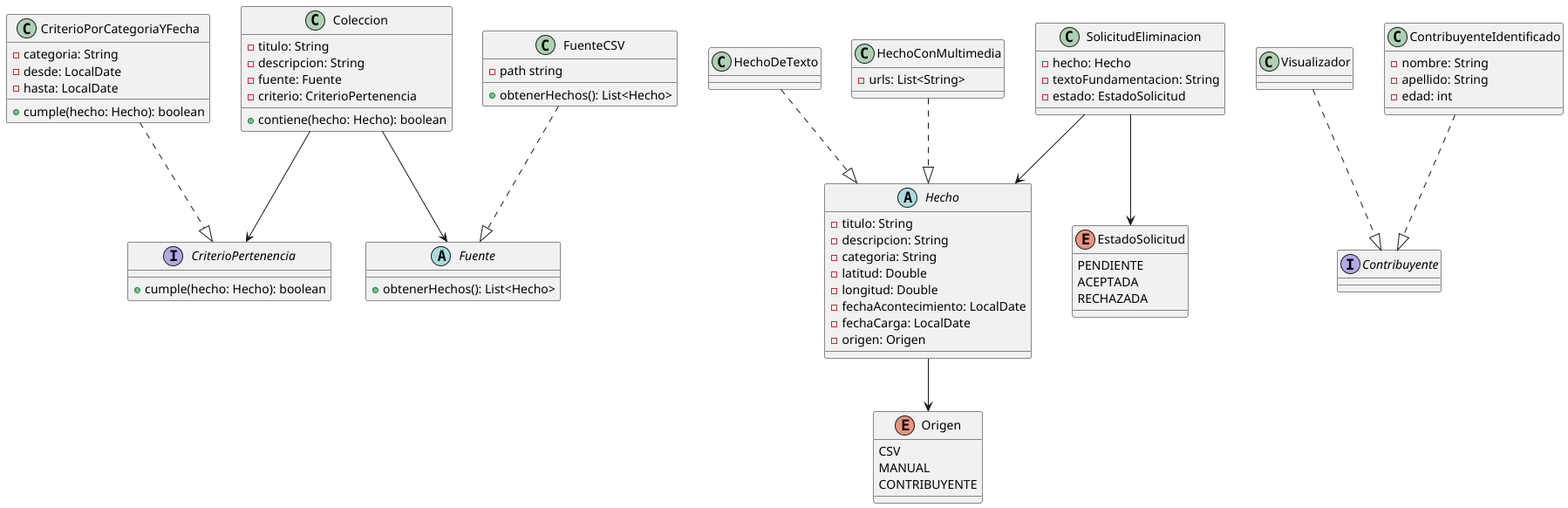
The PlantUML diagram Diagramas/classDiagram.png in ValentinVilla/tpa-diseno-sistemas-2025, before a commit.
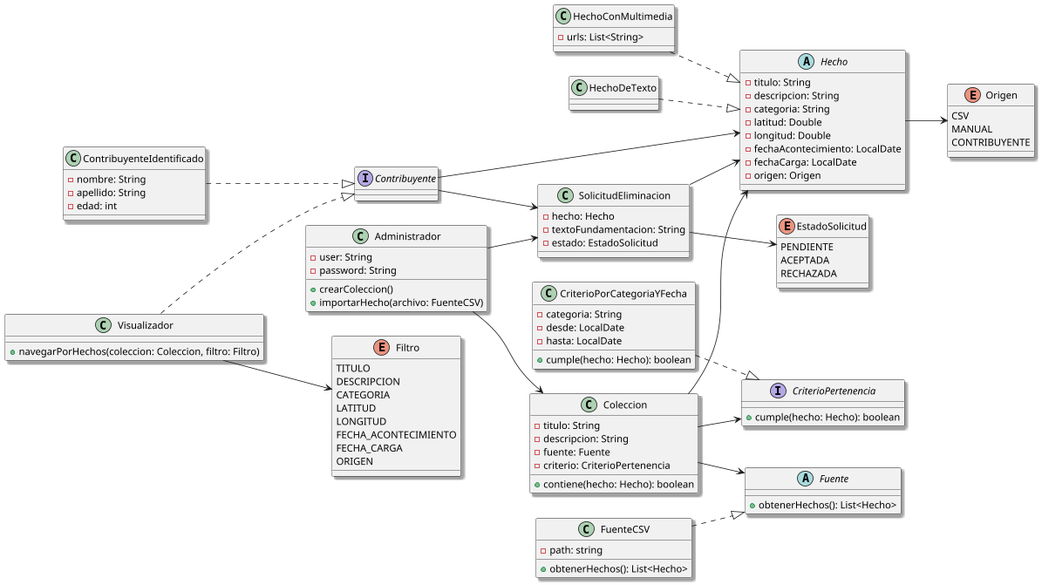
The same file after the commit.

The edit, as a diff of the source:
```diff
@@ -1,4 +1,15 @@
-@startuml classDiagram
+@startuml
+
+left to right direction
+
+skinparam shadowing true
+
+class Administrador {
+  - user: String
+  - password: String
+  + crearColeccion()
+  + importarHecho(archivo: FuenteCSV)
+}
 
 class Coleccion {
   - titulo: String
@@ -19,10 +30,16 @@
   - origen: Origen
 }
 
-class HechoDeTexto {}
-
 class HechoConMultimedia {
   - urls: List<String>
+}
+
+class HechoDeTexto{}
+
+enum Origen {
+  CSV
+  MANUAL
+  CONTRIBUYENTE
 }
 
 interface CriterioPertenencia {
@@ -36,28 +53,16 @@
   + cumple(hecho: Hecho): boolean
 }
 
-
-enum Origen {
-  CSV
-  MANUAL
-  CONTRIBUYENTE
-}
-
 abstract class Fuente {
   + obtenerHechos(): List<Hecho>
 }
 
 class FuenteCSV {
-  - path string
+  - path: string
   + obtenerHechos(): List<Hecho>
 }
 
-
-interface Contribuyente {
-}
-
-class Visualizador {
-}
+interface Contribuyente{}
 
 class ContribuyenteIdentificado {
   - nombre: String
@@ -65,6 +70,20 @@
   - edad: int
 }
 
+class Visualizador {
+  + navegarPorHechos(coleccion: Coleccion, filtro: Filtro)
+}
+
+enum Filtro {
+  TITULO
+  DESCRIPCION
+  CATEGORIA
+  LATITUD
+  LONGITUD
+  FECHA_ACONTECIMIENTO
+  FECHA_CARGA
+  ORIGEN
+}
 
 class SolicitudEliminacion {
   - hecho: Hecho
@@ -78,21 +97,29 @@
   RECHAZADA
 }
 
+
+Administrador --> Coleccion
+Administrador --> SolicitudEliminacion
+
+Coleccion --> Hecho
+Coleccion --> Fuente
 Coleccion --> CriterioPertenencia
-Coleccion --> Fuente
+
+Hecho --> Origen
+HechoConMultimedia ..|> Hecho
+HechoDeTexto ..|> Hecho
 
 CriterioPorCategoriaYFecha ..|> CriterioPertenencia
 
 FuenteCSV ..|> Fuente
 
+Contribuyente --> Hecho
+Contribuyente --> SolicitudEliminacion
+ContribuyenteIdentificado ..|> Contribuyente
 Visualizador ..|> Contribuyente
-ContribuyenteIdentificado ..|> Contribuyente
-
-Hecho --> Origen
-
-HechoDeTexto ..|> Hecho
-HechoConMultimedia ..|> Hecho
+Visualizador --> Filtro
 
 SolicitudEliminacion --> Hecho
 SolicitudEliminacion --> EstadoSolicitud
+
 @enduml
```
